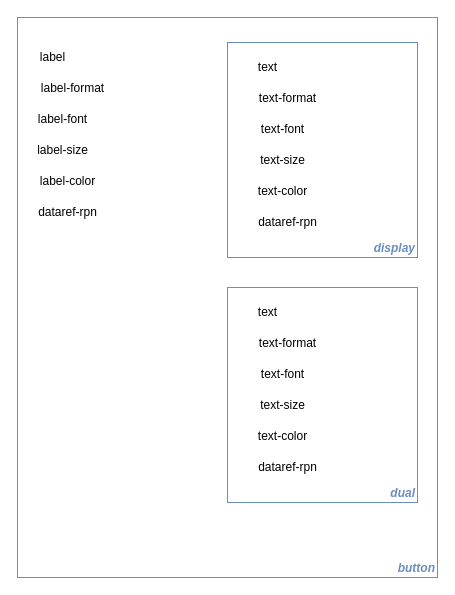
This is docs/text label hierarchy.drawio from devleaks/cockpitdecks, a draw.io file, before an edit. Source tidied: cells renumbered, new cells numbered last; positions are measured from the earlier drawing's top-left corner, leaving out a move shared by most shapes. Both pictures are drawn from the tidied source at 100%, with x=0, y=0 at pixel (17, 17).
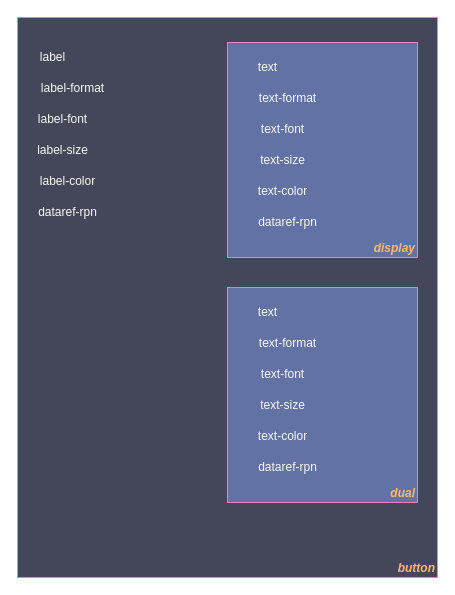
After the change.

Change to the diagram source:
```diff
@@
-    <mxCell id="2" value="button" style="rounded=0;whiteSpace=wrap;html=1;fillColor=none;align=right;verticalAlign=bottom;fontStyle=3;fontColor=#6C8EBF;strokeColor=#6C8EBF;" parent="1" vertex="1">
+    <mxCell id="2" value="button" style="rounded=0;whiteSpace=wrap;html=1;fillColor=#44475A;align=right;verticalAlign=bottom;fontStyle=3;fontColor=#FFB86C;strokeColor=#FF79C6;" parent="1" vertex="1">
       <mxGeometry width="420" height="560" as="geometry" />
     </mxCell>
-    <mxCell id="3" value="display" style="rounded=0;whiteSpace=wrap;html=1;align=right;verticalAlign=bottom;fontStyle=3;fontColor=#6C8EBF;strokeColor=#6C8EBF;" parent="1" vertex="1">
+    <mxCell id="3" value="display" style="rounded=0;whiteSpace=wrap;html=1;align=right;verticalAlign=bottom;fontStyle=3;fontColor=#FFB86C;strokeColor=#FF79C6;fillColor=#6272A4;" parent="1" vertex="1">
       <mxGeometry x="210" y="25" width="190" height="215" as="geometry" />
     </mxCell>
-    <mxCell id="4" value="label-format" style="text;html=1;align=center;verticalAlign=middle;strokeColor=none;fillColor=none;" parent="1" vertex="1">
+    <mxCell id="4" value="label-format" style="text;html=1;align=center;verticalAlign=middle;strokeColor=none;fillColor=none;fontColor=#F8F8F2;" parent="1" vertex="1">
       <mxGeometry x="10" y="56" width="90" height="30" as="geometry" />
     </mxCell>
-    <mxCell id="5" value="label-font" style="text;html=1;align=center;verticalAlign=middle;strokeColor=none;fillColor=none;" parent="1" vertex="1">
+    <mxCell id="5" value="label-font" style="text;html=1;align=center;verticalAlign=middle;strokeColor=none;fillColor=none;fontColor=#F8F8F2;" parent="1" vertex="1">
       <mxGeometry x="10" y="87" width="70" height="30" as="geometry" />
     </mxCell>
-    <mxCell id="6" value="label-size" style="text;html=1;align=center;verticalAlign=middle;strokeColor=none;fillColor=none;" parent="1" vertex="1">
+    <mxCell id="6" value="label-size" style="text;html=1;align=center;verticalAlign=middle;strokeColor=none;fillColor=none;fontColor=#F8F8F2;" parent="1" vertex="1">
       <mxGeometry x="10" y="118" width="70" height="30" as="geometry" />
     </mxCell>
-    <mxCell id="7" value="label-color" style="text;html=1;align=center;verticalAlign=middle;strokeColor=none;fillColor=none;" parent="1" vertex="1">
+    <mxCell id="7" value="label-color" style="text;html=1;align=center;verticalAlign=middle;strokeColor=none;fillColor=none;fontColor=#F8F8F2;" parent="1" vertex="1">
       <mxGeometry x="10" y="149" width="80" height="30" as="geometry" />
     </mxCell>
-    <mxCell id="8" value="dataref-rpn" style="text;html=1;align=center;verticalAlign=middle;strokeColor=none;fillColor=none;" parent="1" vertex="1">
+    <mxCell id="8" value="dataref-rpn" style="text;html=1;align=center;verticalAlign=middle;strokeColor=none;fillColor=none;fontColor=#F8F8F2;" parent="1" vertex="1">
       <mxGeometry x="10" y="180" width="80" height="30" as="geometry" />
     </mxCell>
-    <mxCell id="9" value="label" style="text;html=1;align=center;verticalAlign=middle;strokeColor=none;fillColor=none;" parent="1" vertex="1">
+    <mxCell id="9" value="label" style="text;html=1;align=center;verticalAlign=middle;strokeColor=none;fillColor=none;fontColor=#F8F8F2;" parent="1" vertex="1">
       <mxGeometry x="10" y="25" width="50" height="30" as="geometry" />
     </mxCell>
-    <mxCell id="10" value="text-format" style="text;html=1;align=center;verticalAlign=middle;strokeColor=none;fillColor=none;" parent="1" vertex="1">
+    <mxCell id="10" value="text-format" style="text;html=1;align=center;verticalAlign=middle;strokeColor=none;fillColor=none;fontColor=#F8F8F2;" parent="1" vertex="1">
       <mxGeometry x="230" y="66" width="80" height="30" as="geometry" />
     </mxCell>
-    <mxCell id="11" value="text-font" style="text;html=1;align=center;verticalAlign=middle;strokeColor=none;fillColor=none;" parent="1" vertex="1">
+    <mxCell id="11" value="text-font" style="text;html=1;align=center;verticalAlign=middle;strokeColor=none;fillColor=none;fontColor=#F8F8F2;" parent="1" vertex="1">
       <mxGeometry x="230" y="97" width="70" height="30" as="geometry" />
     </mxCell>
-    <mxCell id="12" value="text-size" style="text;html=1;align=center;verticalAlign=middle;strokeColor=none;fillColor=none;" parent="1" vertex="1">
+    <mxCell id="12" value="text-size" style="text;html=1;align=center;verticalAlign=middle;strokeColor=none;fillColor=none;fontColor=#F8F8F2;" parent="1" vertex="1">
       <mxGeometry x="230" y="128" width="70" height="30" as="geometry" />
     </mxCell>
-    <mxCell id="13" value="text-color" style="text;html=1;align=center;verticalAlign=middle;strokeColor=none;fillColor=none;" parent="1" vertex="1">
+    <mxCell id="13" value="text-color" style="text;html=1;align=center;verticalAlign=middle;strokeColor=none;fillColor=none;fontColor=#F8F8F2;" parent="1" vertex="1">
       <mxGeometry x="230" y="159" width="70" height="30" as="geometry" />
     </mxCell>
-    <mxCell id="14" value="dataref-rpn" style="text;html=1;align=center;verticalAlign=middle;strokeColor=none;fillColor=none;" parent="1" vertex="1">
+    <mxCell id="14" value="dataref-rpn" style="text;html=1;align=center;verticalAlign=middle;strokeColor=none;fillColor=none;fontColor=#F8F8F2;" parent="1" vertex="1">
       <mxGeometry x="230" y="190" width="80" height="30" as="geometry" />
     </mxCell>
-    <mxCell id="15" value="text" style="text;html=1;align=center;verticalAlign=middle;strokeColor=none;fillColor=none;" parent="1" vertex="1">
+    <mxCell id="15" value="text" style="text;html=1;align=center;verticalAlign=middle;strokeColor=none;fillColor=none;fontColor=#F8F8F2;" parent="1" vertex="1">
       <mxGeometry x="230" y="35" width="40" height="30" as="geometry" />
     </mxCell>
-    <mxCell id="16" value="dual" style="rounded=0;whiteSpace=wrap;html=1;align=right;verticalAlign=bottom;fontStyle=3;fontColor=#6C8EBF;strokeColor=#6C8EBF;" parent="1" vertex="1">
+    <mxCell id="16" value="dual" style="rounded=0;whiteSpace=wrap;html=1;align=right;verticalAlign=bottom;fontStyle=3;fontColor=#FFB86C;strokeColor=#FF79C6;fillColor=#6272A4;" parent="1" vertex="1">
       <mxGeometry x="210" y="270" width="190" height="215" as="geometry" />
     </mxCell>
-    <mxCell id="17" value="text-format" style="text;html=1;align=center;verticalAlign=middle;strokeColor=none;fillColor=none;" parent="1" vertex="1">
+    <mxCell id="17" value="text-format" style="text;html=1;align=center;verticalAlign=middle;strokeColor=none;fillColor=none;fontColor=#F8F8F2;" parent="1" vertex="1">
       <mxGeometry x="230" y="311" width="80" height="30" as="geometry" />
     </mxCell>
-    <mxCell id="18" value="text-font" style="text;html=1;align=center;verticalAlign=middle;strokeColor=none;fillColor=none;" parent="1" vertex="1">
+    <mxCell id="18" value="text-font" style="text;html=1;align=center;verticalAlign=middle;strokeColor=none;fillColor=none;fontColor=#F8F8F2;" parent="1" vertex="1">
       <mxGeometry x="230" y="342" width="70" height="30" as="geometry" />
     </mxCell>
-    <mxCell id="19" value="text-size" style="text;html=1;align=center;verticalAlign=middle;strokeColor=none;fillColor=none;" parent="1" vertex="1">
+    <mxCell id="19" value="text-size" style="text;html=1;align=center;verticalAlign=middle;strokeColor=none;fillColor=none;fontColor=#F8F8F2;" parent="1" vertex="1">
       <mxGeometry x="230" y="373" width="70" height="30" as="geometry" />
     </mxCell>
-    <mxCell id="20" value="text-color" style="text;html=1;align=center;verticalAlign=middle;strokeColor=none;fillColor=none;" parent="1" vertex="1">
+    <mxCell id="20" value="text-color" style="text;html=1;align=center;verticalAlign=middle;strokeColor=none;fillColor=none;fontColor=#F8F8F2;" parent="1" vertex="1">
       <mxGeometry x="230" y="404" width="70" height="30" as="geometry" />
     </mxCell>
-    <mxCell id="21" value="dataref-rpn" style="text;html=1;align=center;verticalAlign=middle;strokeColor=none;fillColor=none;" parent="1" vertex="1">
+    <mxCell id="21" value="dataref-rpn" style="text;html=1;align=center;verticalAlign=middle;strokeColor=none;fillColor=none;fontColor=#F8F8F2;" parent="1" vertex="1">
       <mxGeometry x="230" y="435" width="80" height="30" as="geometry" />
     </mxCell>
-    <mxCell id="22" value="text" style="text;html=1;align=center;verticalAlign=middle;strokeColor=none;fillColor=none;" parent="1" vertex="1">
+    <mxCell id="22" value="text" style="text;html=1;align=center;verticalAlign=middle;strokeColor=none;fillColor=none;fontColor=#F8F8F2;" parent="1" vertex="1">
       <mxGeometry x="230" y="280" width="40" height="30" as="geometry" />
     </mxCell>
```
